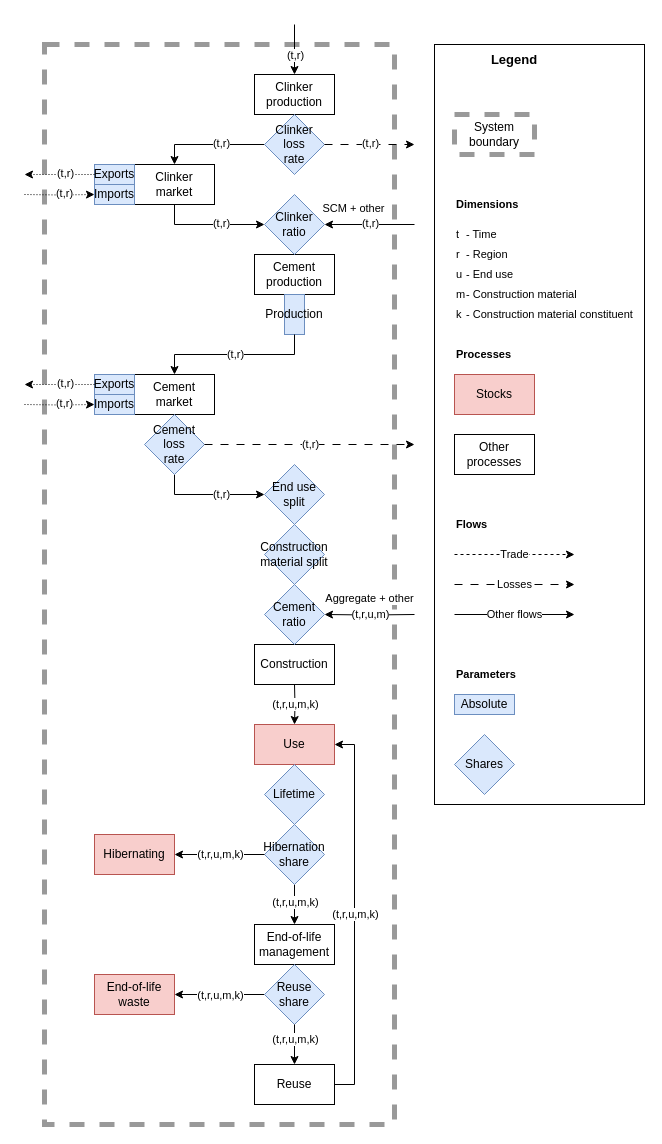
The draw.io diagram paper/figures/drawio/cement.drawio in pik-piam/remind-mfa, before the edit. Source tidied: cells renumbered, new cells numbered last; positions are measured from the earlier drawing's top-left corner, leaving out a move shared by most shapes. Both pictures are drawn from the tidied source at 100%, with x=0, y=0 at pixel (24, 24).
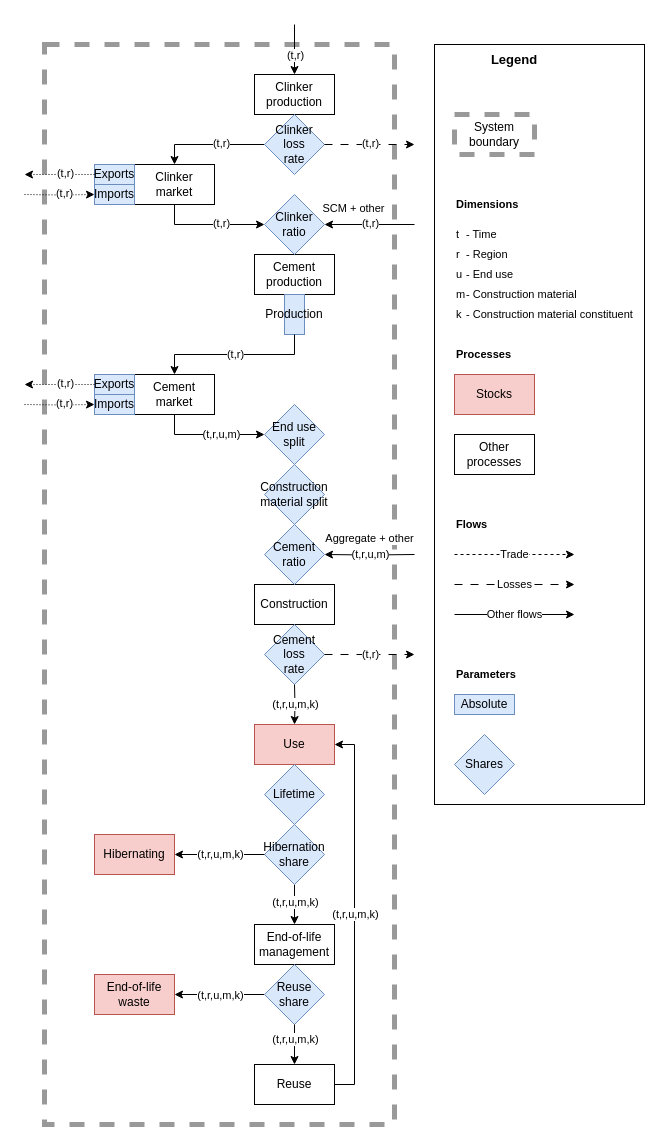
The same page after the edit.

Change to the diagram source:
```diff
@@
     <mxCell id="12" value="Construction" style="rounded=0;whiteSpace=wrap;html=1;" parent="1" vertex="1">
-      <mxGeometry x="230" y="620" width="80" height="40" as="geometry" />
+      <mxGeometry x="230" y="560" width="80" height="40" as="geometry" />
     </mxCell>
     <mxCell id="13" value="Cement ratio" style="rhombus;whiteSpace=wrap;html=1;fillColor=#dae8fc;strokeColor=#6c8ebf;" parent="1" vertex="1">
-      <mxGeometry x="240" y="560" width="60" height="60" as="geometry" />
+      <mxGeometry x="240" y="500" width="60" height="60" as="geometry" />
     </mxCell>
@@
     <mxCell id="44" style="edgeStyle=orthogonalEdgeStyle;rounded=0;orthogonalLoop=1;jettySize=auto;html=1;exitX=0.5;exitY=1;exitDx=0;exitDy=0;entryX=0;entryY=0.5;entryDx=0;entryDy=0;" parent="1" edge="1">
       <mxGeometry relative="1" as="geometry">
-        <mxPoint x="150" y="450" as="sourcePoint" />
-        <mxPoint x="240" y="470" as="targetPoint" />
+        <mxPoint x="150" y="390" as="sourcePoint" />
+        <mxPoint x="240" y="410" as="targetPoint" />
         <Array as="points">
-          <mxPoint x="150" y="470" />
+          <mxPoint x="150" y="410" />
         </Array>
       </mxGeometry>
     </mxCell>
-    <mxCell id="45" value="(t,r)" style="edgeLabel;html=1;align=center;verticalAlign=middle;" parent="44" vertex="1">
+    <mxCell id="45" value="(t,r,u,m)" style="edgeLabel;html=1;align=center;verticalAlign=middle;" parent="44" vertex="1">
       <mxGeometry x="0.2" relative="1" as="geometry">
         <mxPoint y="-1" as="offset" />
       </mxGeometry>
     </mxCell>
@@
     <mxCell id="52" value="Construction material split" style="rhombus;whiteSpace=wrap;html=1;fillColor=#dae8fc;strokeColor=#6c8ebf;" parent="1" vertex="1">
-      <mxGeometry x="240" y="500" width="60" height="60" as="geometry" />
+      <mxGeometry x="240" y="440" width="60" height="60" as="geometry" />
     </mxCell>
     <mxCell id="53" value="End use split" style="rhombus;whiteSpace=wrap;html=1;fillColor=#dae8fc;strokeColor=#6c8ebf;" parent="1" vertex="1">
-      <mxGeometry x="240" y="440" width="60" height="60" as="geometry" />
+      <mxGeometry x="240" y="380" width="60" height="60" as="geometry" />
     </mxCell>
     <mxCell id="54" value="Cement loss&lt;br&gt;rate" style="rhombus;whiteSpace=wrap;html=1;fillColor=#dae8fc;strokeColor=#6c8ebf;" parent="1" vertex="1">
-      <mxGeometry x="120" y="390" width="60" height="60" as="geometry" />
+      <mxGeometry x="240" y="600" width="60" height="60" as="geometry" />
     </mxCell>
@@
     <mxCell id="56" style="edgeStyle=orthogonalEdgeStyle;rounded=0;jettySize=auto;html=1;dashed=1;dashPattern=8 8;exitX=1;exitY=0.5;exitDx=0;exitDy=0;" parent="1" edge="1" source="54">
       <mxGeometry relative="1" as="geometry">
-        <mxPoint x="390" y="420" as="targetPoint" />
-        <Array as="points">
-          <mxPoint x="390" y="420" />
-        </Array>
+        <mxPoint x="390" y="630" as="targetPoint" />
       </mxGeometry>
     </mxCell>
@@
     <mxCell id="65" style="edgeStyle=orthogonalEdgeStyle;rounded=0;jettySize=auto;html=1;entryX=1;entryY=0.5;entryDx=0;entryDy=0;" parent="1" edge="1" target="13">
       <mxGeometry relative="1" as="geometry">
-        <mxPoint x="390" y="590" as="sourcePoint" />
+        <mxPoint x="390" y="530" as="sourcePoint" />
       </mxGeometry>
     </mxCell>
```
